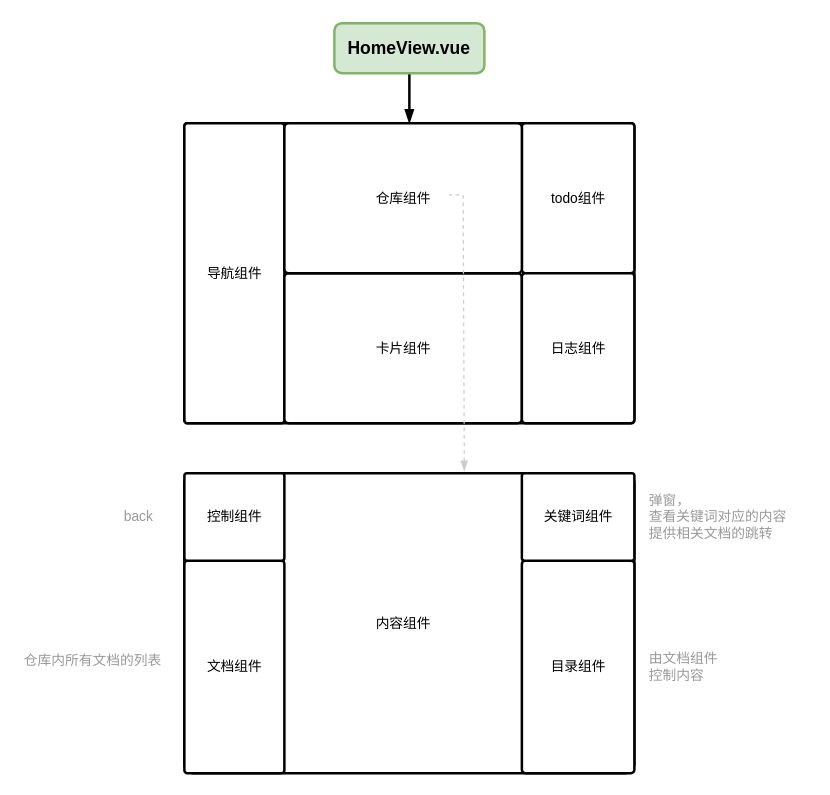
Above: page "网页结构" (2 of 3) of Projects/captin/captin.drawio in creatern/NoteBook (draw.io), before the change. Source tidied: cells renumbered, new cells numbered last; positions are measured from the earlier drawing's top-left corner, leaving out a move shared by most shapes. Both pictures are drawn from the tidied source at 125%, with x=0, y=0 at pixel (21, 22).
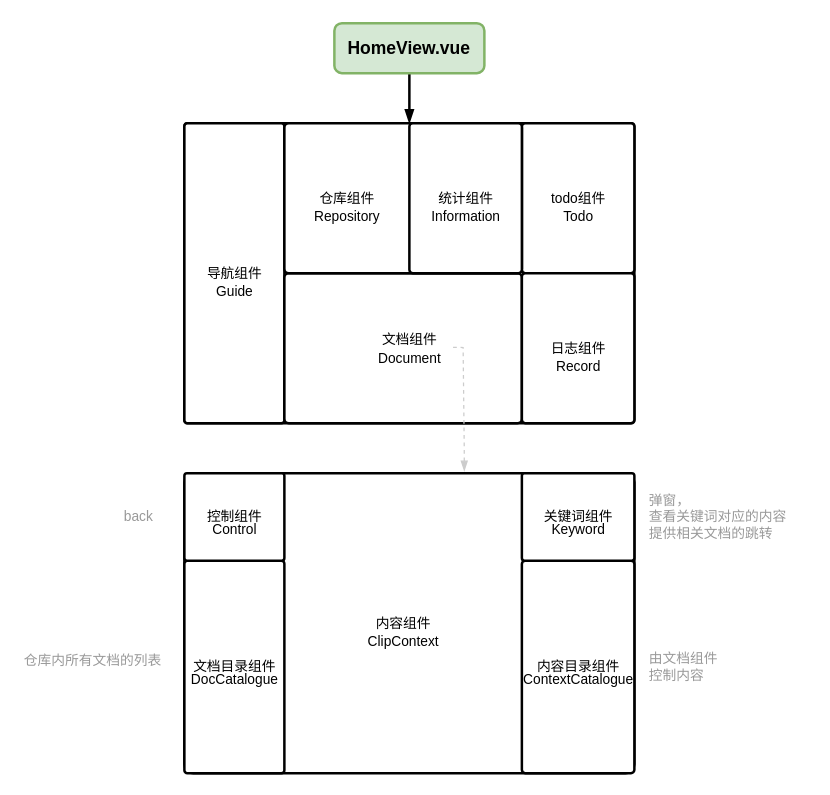
After the change.

Unchanged cells that the change refers to:
```xml
<mxCell id="16" style="rounded=1;whiteSpace=wrap;html=1;fontFamily=Helvetica;fontSize=11;fontColor=default;labelBackgroundColor=default;arcSize=3;strokeWidth=2;" parent="1" vertex="1">
  <mxGeometry x="130" y="360" width="360" height="240" as="geometry" />
</mxCell>
```

What changed in the source:
```diff
@@
-    <mxCell id="11" value="卡片组件" style="text;html=1;align=center;verticalAlign=middle;strokeColor=none;fillColor=none;fontFamily=Helvetica;fontSize=11;fontColor=default;labelBackgroundColor=none;" parent="1" vertex="1">
-      <mxGeometry x="270" y="245" width="70" height="30" as="geometry" />
-    </mxCell>
@@
     <mxCell id="13" value="仓库组件" style="text;html=1;align=center;verticalAlign=middle;points=[];strokeColor=none;fillColor=none;fontFamily=Helvetica;fontSize=11;fontColor=default;labelBackgroundColor=none;" parent="1" vertex="1">
-      <mxGeometry x="270" y="125" width="70" height="30" as="geometry" />
+      <mxGeometry x="225" y="125" width="70" height="30" as="geometry" />
     </mxCell>
@@
-    <mxCell id="15" style="edgeStyle=orthogonalEdgeStyle;rounded=0;jettySize=auto;html=1;exitX=0.622;exitY=-0.006;exitDx=0;exitDy=0;entryX=1.023;entryY=0.414;entryDx=0;entryDy=0;strokeColor=#CCCCCC;strokeWidth=1;align=center;verticalAlign=middle;fontFamily=Helvetica;fontSize=11;fontColor=default;labelBackgroundColor=default;endArrow=none;endFill=0;startArrow=blockThin;startFill=1;dashed=1;entryPerimeter=0;exitPerimeter=0;" parent="1" edge="1" source="16" target="13">
+    <mxCell id="15" style="edgeStyle=orthogonalEdgeStyle;rounded=0;jettySize=auto;html=1;exitX=0.622;exitY=-0.006;exitDx=0;exitDy=0;entryX=0.994;entryY=0.733;entryDx=0;entryDy=0;strokeColor=#CCCCCC;strokeWidth=1;align=center;verticalAlign=middle;fontFamily=Helvetica;fontSize=11;fontColor=default;labelBackgroundColor=default;endArrow=none;endFill=0;startArrow=blockThin;startFill=1;dashed=1;entryPerimeter=0;exitPerimeter=0;" parent="1" edge="1" source="16" target="40">
       <mxGeometry relative="1" as="geometry">
         <Array as="points">
           <mxPoint x="354" y="340" />
           <mxPoint x="353" y="340" />
-          <mxPoint x="353" y="137" />
+          <mxPoint x="353" y="259" />
+          <mxPoint x="345" y="259" />
         </Array>
       </mxGeometry>
     </mxCell>
@@
-    <mxCell id="21" value="目录组件" style="text;html=1;align=center;verticalAlign=middle;strokeColor=none;fillColor=none;fontFamily=Helvetica;fontSize=11;fontColor=default;labelBackgroundColor=none;" parent="1" vertex="1">
-      <mxGeometry x="410" y="500" width="70" height="30" as="geometry" />
+    <mxCell id="21" value="内容目录组件" style="text;html=1;align=center;verticalAlign=middle;strokeColor=none;fillColor=none;fontFamily=Helvetica;fontSize=11;fontColor=default;labelBackgroundColor=none;" parent="1" vertex="1">
+      <mxGeometry x="400" y="500" width="90" height="30" as="geometry" />
     </mxCell>
-    <mxCell id="22" value="文档组件" style="text;html=1;align=center;verticalAlign=middle;strokeColor=none;fillColor=none;fontFamily=Helvetica;fontSize=11;fontColor=default;labelBackgroundColor=none;" parent="1" vertex="1">
-      <mxGeometry x="135" y="500" width="70" height="30" as="geometry" />
+    <mxCell id="22" value="文档目录组件" style="text;html=1;align=center;verticalAlign=middle;strokeColor=none;fillColor=none;fontFamily=Helvetica;fontSize=11;fontColor=default;labelBackgroundColor=none;" parent="1" vertex="1">
+      <mxGeometry x="125" y="500" width="90" height="30" as="geometry" />
     </mxCell>
@@
+    <mxCell id="30" value="Guide" style="text;html=1;align=center;verticalAlign=middle;strokeColor=none;fillColor=none;fontFamily=Helvetica;fontSize=11;fontColor=default;labelBackgroundColor=none;" parent="1" vertex="1">
+      <mxGeometry x="145" y="200" width="50" height="30" as="geometry" />
+    </mxCell>
+    <mxCell id="31" value="Repository" style="text;html=1;align=center;verticalAlign=middle;strokeColor=none;fillColor=none;fontFamily=Helvetica;fontSize=11;fontColor=default;labelBackgroundColor=none;" parent="1" vertex="1">
+      <mxGeometry x="220" y="140" width="80" height="30" as="geometry" />
+    </mxCell>
+    <mxCell id="32" value="ClipContext" style="text;html=1;align=center;verticalAlign=middle;strokeColor=none;fillColor=none;fontFamily=Helvetica;fontSize=11;fontColor=default;labelBackgroundColor=none;" parent="1" vertex="1">
+      <mxGeometry x="265" y="480" width="80" height="30" as="geometry" />
+    </mxCell>
+    <mxCell id="33" value="Keyword" style="text;html=1;align=center;verticalAlign=middle;strokeColor=none;fillColor=none;fontFamily=Helvetica;fontSize=11;fontColor=default;labelBackgroundColor=none;" parent="1" vertex="1">
+      <mxGeometry x="410" y="390" width="70" height="30" as="geometry" />
+    </mxCell>
+    <mxCell id="34" value="Record" style="text;html=1;align=center;verticalAlign=middle;strokeColor=none;fillColor=none;fontFamily=Helvetica;fontSize=11;fontColor=default;labelBackgroundColor=none;" parent="1" vertex="1">
+      <mxGeometry x="415" y="260" width="60" height="30" as="geometry" />
+    </mxCell>
+    <mxCell id="35" value="Todo" style="text;html=1;align=center;verticalAlign=middle;strokeColor=none;fillColor=none;fontFamily=Helvetica;fontSize=11;fontColor=default;labelBackgroundColor=none;" parent="1" vertex="1">
+      <mxGeometry x="420" y="140" width="50" height="30" as="geometry" />
+    </mxCell>
+    <mxCell id="36" value="Control" style="text;html=1;align=center;verticalAlign=middle;strokeColor=none;fillColor=none;fontFamily=Helvetica;fontSize=11;fontColor=default;labelBackgroundColor=none;" parent="1" vertex="1">
+      <mxGeometry x="140" y="390" width="60" height="30" as="geometry" />
+    </mxCell>
+    <mxCell id="37" value="DocCatalogue" style="text;html=1;align=center;verticalAlign=middle;strokeColor=none;fillColor=none;fontFamily=Helvetica;fontSize=11;fontColor=default;labelBackgroundColor=none;" parent="1" vertex="1">
+      <mxGeometry x="125" y="510" width="90" height="30" as="geometry" />
+    </mxCell>
+    <mxCell id="38" value="ContextCatalogue" style="text;html=1;align=center;verticalAlign=middle;strokeColor=none;fillColor=none;fontFamily=Helvetica;fontSize=11;fontColor=default;labelBackgroundColor=none;" parent="1" vertex="1">
+      <mxGeometry x="390" y="510" width="110" height="30" as="geometry" />
+    </mxCell>
+    <mxCell id="39" value="Document" style="text;html=1;align=center;verticalAlign=middle;strokeColor=none;fillColor=none;fontFamily=Helvetica;fontSize=11;fontColor=default;labelBackgroundColor=none;" parent="1" vertex="1">
+      <mxGeometry x="275" y="252.5" width="70" height="30" as="geometry" />
+    </mxCell>
+    <mxCell id="40" value="文档组件" style="text;html=1;align=center;verticalAlign=middle;points=[];strokeColor=none;fillColor=none;fontFamily=Helvetica;fontSize=11;fontColor=default;labelBackgroundColor=none;" parent="1" vertex="1">
+      <mxGeometry x="275" y="237.5" width="70" height="30" as="geometry" />
+    </mxCell>
+    <mxCell id="41" style="rounded=1;whiteSpace=wrap;html=1;fontFamily=Helvetica;fontSize=11;fontColor=default;labelBackgroundColor=default;arcSize=3;strokeWidth=2;" parent="1" vertex="1">
+      <mxGeometry x="310" y="80" width="90" height="120" as="geometry" />
+    </mxCell>
+    <mxCell id="42" value="统计组件" style="text;html=1;align=center;verticalAlign=middle;strokeColor=none;fillColor=none;fontFamily=Helvetica;fontSize=11;fontColor=default;labelBackgroundColor=none;" parent="1" vertex="1">
+      <mxGeometry x="320" y="125" width="70" height="30" as="geometry" />
+    </mxCell>
+    <mxCell id="43" value="Information" style="text;html=1;align=center;verticalAlign=middle;strokeColor=none;fillColor=none;fontFamily=Helvetica;fontSize=11;fontColor=default;labelBackgroundColor=none;" parent="1" vertex="1">
+      <mxGeometry x="315" y="140" width="80" height="30" as="geometry" />
+    </mxCell>
```
